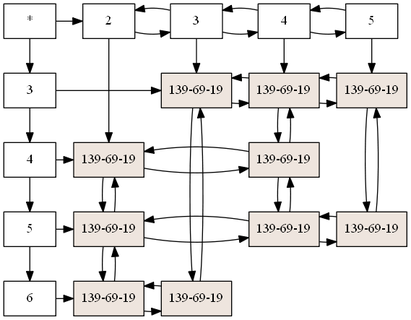
This is Proyecto1/Matriz.png from Eduardo01004/EDD_2S2019_PY1_201612124, a Graphviz export, as it was before one commit. Its source is kept beside it as Proyecto1/Matriz.dot.
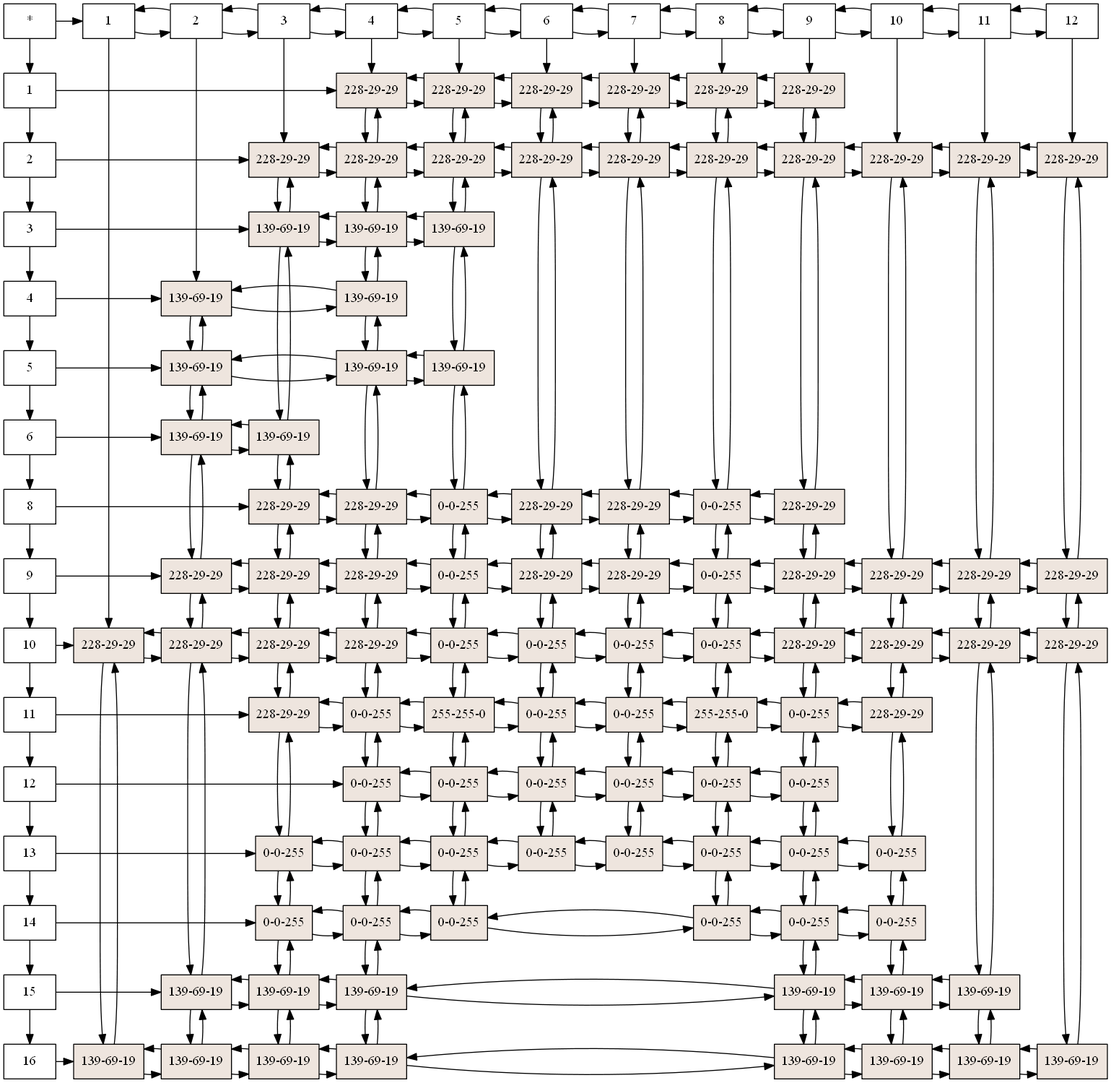
After the change.

What changed in the source:
```diff
@@ -1,70 +1,548 @@
 digraph G{
 node [shape = box]
 raiz[label="*"  group=1];
-8238728 [label="3" group = 1];
-8239208 [label="4" group = 1];
-8239624 [label="5" group = 1];
-8238760 [label="6" group = 1];
-8238728->8239208;
-8239208->8239624;
-8239624->8238760;
-8239464 [label="2" group = 4];
-8239656 [label="3" group = 5];
-8239016 [label="4" group = 6];
-8239528 [label="5" group = 7];
-8239464->8239656;
-8239656->8239464;
-8239656->8239016;
-8239016->8239656;
-8239016->8239528;
-8239528->8239016;
-raiz -> 8238728;
-raiz -> 8239464;
-{ rank  = same; raiz 8239464; 8239656; 8239016; 8239528; }
-8241472 [style=filled,fillcolor=seashell2,label= "139-69-19" group = 4 ];
-8240408 [style=filled,fillcolor=seashell2,label= "139-69-19" group = 4 ];
-8239904 [style=filled,fillcolor=seashell2,label= "139-69-19" group = 4 ];
-8240576 [style=filled,fillcolor=seashell2,label= "139-69-19" group = 5 ];
-8240464 [style=filled,fillcolor=seashell2,label= "139-69-19" group = 5 ];
-8240968 [style=filled,fillcolor=seashell2,label= "139-69-19" group = 6 ];
-8240744 [style=filled,fillcolor=seashell2,label= "139-69-19" group = 6 ];
-8240072 [style=filled,fillcolor=seashell2,label= "139-69-19" group = 6 ];
-8241248 [style=filled,fillcolor=seashell2,label= "139-69-19" group = 7 ];
-8239736 [style=filled,fillcolor=seashell2,label= "139-69-19" group = 7 ];
-8238728->8240576;
-8240576->8240968;
-8240968->8240576;
-8240968->8241248;
-8241248->8240968;
-{ rank = same; 8238728; 8240576; 8240968; 8241248; }
-8239208->8241472;
-8241472->8240744;
-8240744->8241472;
-{ rank = same; 8239208; 8241472; 8240744; }
-8239624->8240408;
-8240408->8240072;
-8240072->8240408;
-8240072->8239736;
-8239736->8240072;
-{ rank = same; 8239624; 8240408; 8240072; 8239736; }
-8238760->8239904;
-8239904->8240464;
-8240464->8239904;
-{ rank = same; 8238760; 8239904; 8240464; }
-8239464->8241472;
-8241472->8240408;
-8240408->8241472;
-8240408->8239904;
-8239904->8240408;
-8239656->8240576;
-8240576->8240464;
-8240464->8240576;
-8239016->8240968;
-8240968->8240744;
-8240744->8240968;
-8240744->8240072;
-8240072->8240744;
-8239528->8241248;
-8241248->8239736;
-8239736->8241248;
+16139784 [label="1" group = 1];
+16122168 [label="2" group = 1];
+16122648 [label="3" group = 1];
+16122680 [label="4" group = 1];
+16122616 [label="5" group = 1];
+16122424 [label="6" group = 1];
+16122840 [label="8" group = 1];
+16122264 [label="9" group = 1];
+16122360 [label="10" group = 1];
+16122872 [label="11" group = 1];
+16139592 [label="12" group = 1];
+16139688 [label="13" group = 1];
+16139848 [label="14" group = 1];
+16122136 [label="15" group = 1];
+16122104 [label="16" group = 1];
+16139784->16122168;
+16122168->16122648;
+16122648->16122680;
+16122680->16122616;
+16122616->16122424;
+16122424->16122840;
+16122840->16122264;
+16122264->16122360;
+16122360->16122872;
+16122872->16139592;
+16139592->16139688;
+16139688->16139848;
+16139848->16122136;
+16122136->16122104;
+16122744 [label="1" group = 3];
+16122584 [label="2" group = 4];
+16122776 [label="3" group = 5];
+16139880 [label="4" group = 6];
+16140200 [label="5" group = 7];
+16140136 [label="6" group = 8];
+16140040 [label="7" group = 9];
+16140008 [label="8" group = 10];
+16139976 [label="9" group = 11];
+16139944 [label="10" group = 12];
+16139912 [label="11" group = 13];
+16139816 [label="12" group = 14];
+16122744->16122584;
+16122584->16122744;
+16122584->16122776;
+16122776->16122584;
+16122776->16139880;
+16139880->16122776;
+16139880->16140200;
+16140200->16139880;
+16140200->16140136;
+16140136->16140200;
+16140136->16140040;
+16140040->16140136;
+16140040->16140008;
+16140008->16140040;
+16140008->16139976;
+16139976->16140008;
+16139976->16139944;
+16139944->16139976;
+16139944->16139912;
+16139912->16139944;
+16139912->16139816;
+16139816->16139912;
+raiz -> 16139784;
+raiz -> 16122744;
+{ rank  = same; raiz 16122744; 16122584; 16122776; 16139880; 16140200; 16140136; 16140040; 16140008; 16139976; 16139944; 16139912; 16139816; }
+16135312 [style=filled,fillcolor=seashell2,label= "228-29-29" group = 3 ];
+16134584 [style=filled,fillcolor=seashell2,label= "139-69-19" group = 3 ];
+16134304 [style=filled,fillcolor=seashell2,label= "139-69-19" group = 4 ];
+16134808 [style=filled,fillcolor=seashell2,label= "139-69-19" group = 4 ];
+16135816 [style=filled,fillcolor=seashell2,label= "139-69-19" group = 4 ];
+16135368 [style=filled,fillcolor=seashell2,label= "228-29-29" group = 4 ];
+16134976 [style=filled,fillcolor=seashell2,label= "228-29-29" group = 4 ];
+16134360 [style=filled,fillcolor=seashell2,label= "139-69-19" group = 4 ];
+16135480 [style=filled,fillcolor=seashell2,label= "139-69-19" group = 4 ];
+16135536 [style=filled,fillcolor=seashell2,label= "228-29-29" group = 5 ];
+16135704 [style=filled,fillcolor=seashell2,label= "139-69-19" group = 5 ];
+16136656 [style=filled,fillcolor=seashell2,label= "139-69-19" group = 5 ];
+16136264 [style=filled,fillcolor=seashell2,label= "228-29-29" group = 5 ];
+16136712 [style=filled,fillcolor=seashell2,label= "228-29-29" group = 5 ];
+16136320 [style=filled,fillcolor=seashell2,label= "228-29-29" group = 5 ];
+16137216 [style=filled,fillcolor=seashell2,label= "228-29-29" group = 5 ];
+16136768 [style=filled,fillcolor=seashell2,label= "0-0-255" group = 5 ];
+16137384 [style=filled,fillcolor=seashell2,label= "0-0-255" group = 5 ];
+16136488 [style=filled,fillcolor=seashell2,label= "139-69-19" group = 5 ];
+16136824 [style=filled,fillcolor=seashell2,label= "139-69-19" group = 5 ];
+16137272 [style=filled,fillcolor=seashell2,label= "228-29-29" group = 6 ];
+16137328 [style=filled,fillcolor=seashell2,label= "228-29-29" group = 6 ];
+16136880 [style=filled,fillcolor=seashell2,label= "139-69-19" group = 6 ];
+16137440 [style=filled,fillcolor=seashell2,label= "139-69-19" group = 6 ];
+16136152 [style=filled,fillcolor=seashell2,label= "139-69-19" group = 6 ];
+16136936 [style=filled,fillcolor=seashell2,label= "228-29-29" group = 6 ];
+16136208 [style=filled,fillcolor=seashell2,label= "228-29-29" group = 6 ];
+16137048 [style=filled,fillcolor=seashell2,label= "228-29-29" group = 6 ];
+16136992 [style=filled,fillcolor=seashell2,label= "0-0-255" group = 6 ];
+16137104 [style=filled,fillcolor=seashell2,label= "0-0-255" group = 6 ];
+16136376 [style=filled,fillcolor=seashell2,label= "0-0-255" group = 6 ];
+16137160 [style=filled,fillcolor=seashell2,label= "0-0-255" group = 6 ];
+16136544 [style=filled,fillcolor=seashell2,label= "139-69-19" group = 6 ];
+16137496 [style=filled,fillcolor=seashell2,label= "139-69-19" group = 6 ];
+16137608 [style=filled,fillcolor=seashell2,label= "228-29-29" group = 7 ];
+16137552 [style=filled,fillcolor=seashell2,label= "228-29-29" group = 7 ];
+16136432 [style=filled,fillcolor=seashell2,label= "139-69-19" group = 7 ];
+16137832 [style=filled,fillcolor=seashell2,label= "139-69-19" group = 7 ];
+16137664 [style=filled,fillcolor=seashell2,label= "0-0-255" group = 7 ];
+16137720 [style=filled,fillcolor=seashell2,label= "0-0-255" group = 7 ];
+16136600 [style=filled,fillcolor=seashell2,label= "0-0-255" group = 7 ];
+16137776 [style=filled,fillcolor=seashell2,label= "255-255-0" group = 7 ];
+16136096 [style=filled,fillcolor=seashell2,label= "0-0-255" group = 7 ];
+16138224 [style=filled,fillcolor=seashell2,label= "0-0-255" group = 7 ];
+16138280 [style=filled,fillcolor=seashell2,label= "0-0-255" group = 7 ];
+16137888 [style=filled,fillcolor=seashell2,label= "228-29-29" group = 8 ];
+16137944 [style=filled,fillcolor=seashell2,label= "228-29-29" group = 8 ];
+16138000 [style=filled,fillcolor=seashell2,label= "228-29-29" group = 8 ];
+16138056 [style=filled,fillcolor=seashell2,label= "228-29-29" group = 8 ];
+16138112 [style=filled,fillcolor=seashell2,label= "0-0-255" group = 8 ];
+16138168 [style=filled,fillcolor=seashell2,label= "0-0-255" group = 8 ];
+16141640 [style=filled,fillcolor=seashell2,label= "0-0-255" group = 8 ];
+16140688 [style=filled,fillcolor=seashell2,label= "0-0-255" group = 8 ];
+16141584 [style=filled,fillcolor=seashell2,label= "228-29-29" group = 9 ];
+16141360 [style=filled,fillcolor=seashell2,label= "228-29-29" group = 9 ];
+16141696 [style=filled,fillcolor=seashell2,label= "228-29-29" group = 9 ];
+16141416 [style=filled,fillcolor=seashell2,label= "228-29-29" group = 9 ];
+16140576 [style=filled,fillcolor=seashell2,label= "0-0-255" group = 9 ];
+16140464 [style=filled,fillcolor=seashell2,label= "0-0-255" group = 9 ];
+16140912 [style=filled,fillcolor=seashell2,label= "0-0-255" group = 9 ];
+16141752 [style=filled,fillcolor=seashell2,label= "0-0-255" group = 9 ];
+16141864 [style=filled,fillcolor=seashell2,label= "228-29-29" group = 10 ];
+16140744 [style=filled,fillcolor=seashell2,label= "228-29-29" group = 10 ];
+16140800 [style=filled,fillcolor=seashell2,label= "0-0-255" group = 10 ];
+16141472 [style=filled,fillcolor=seashell2,label= "0-0-255" group = 10 ];
+16141808 [style=filled,fillcolor=seashell2,label= "0-0-255" group = 10 ];
+16141920 [style=filled,fillcolor=seashell2,label= "255-255-0" group = 10 ];
+16141304 [style=filled,fillcolor=seashell2,label= "0-0-255" group = 10 ];
+16140632 [style=filled,fillcolor=seashell2,label= "0-0-255" group = 10 ];
+16140856 [style=filled,fillcolor=seashell2,label= "0-0-255" group = 10 ];
+16141528 [style=filled,fillcolor=seashell2,label= "228-29-29" group = 11 ];
+16141976 [style=filled,fillcolor=seashell2,label= "228-29-29" group = 11 ];
+16141024 [style=filled,fillcolor=seashell2,label= "228-29-29" group = 11 ];
+16141192 [style=filled,fillcolor=seashell2,label= "228-29-29" group = 11 ];
+16142032 [style=filled,fillcolor=seashell2,label= "228-29-29" group = 11 ];
+16142088 [style=filled,fillcolor=seashell2,label= "0-0-255" group = 11 ];
+16142144 [style=filled,fillcolor=seashell2,label= "0-0-255" group = 11 ];
+16140968 [style=filled,fillcolor=seashell2,label= "0-0-255" group = 11 ];
+16142200 [style=filled,fillcolor=seashell2,label= "0-0-255" group = 11 ];
+16140520 [style=filled,fillcolor=seashell2,label= "139-69-19" group = 11 ];
+16141080 [style=filled,fillcolor=seashell2,label= "139-69-19" group = 11 ];
+16141136 [style=filled,fillcolor=seashell2,label= "228-29-29" group = 12 ];
+16141248 [style=filled,fillcolor=seashell2,label= "228-29-29" group = 12 ];
+16143712 [style=filled,fillcolor=seashell2,label= "228-29-29" group = 12 ];
+16143824 [style=filled,fillcolor=seashell2,label= "228-29-29" group = 12 ];
+16142368 [style=filled,fillcolor=seashell2,label= "0-0-255" group = 12 ];
+16143936 [style=filled,fillcolor=seashell2,label= "0-0-255" group = 12 ];
+16143208 [style=filled,fillcolor=seashell2,label= "139-69-19" group = 12 ];
+16142984 [style=filled,fillcolor=seashell2,label= "139-69-19" group = 12 ];
+16143264 [style=filled,fillcolor=seashell2,label= "228-29-29" group = 13 ];
+16142592 [style=filled,fillcolor=seashell2,label= "228-29-29" group = 13 ];
+16143600 [style=filled,fillcolor=seashell2,label= "228-29-29" group = 13 ];
+16143432 [style=filled,fillcolor=seashell2,label= "139-69-19" group = 13 ];
+16142872 [style=filled,fillcolor=seashell2,label= "139-69-19" group = 13 ];
+16142424 [style=filled,fillcolor=seashell2,label= "228-29-29" group = 14 ];
+16142536 [style=filled,fillcolor=seashell2,label= "228-29-29" group = 14 ];
+16143320 [style=filled,fillcolor=seashell2,label= "228-29-29" group = 14 ];
+16143488 [style=filled,fillcolor=seashell2,label= "139-69-19" group = 14 ];
+16139784->16137272;
+16137272->16137608;
+16137608->16137272;
+16137608->16137888;
+16137888->16137608;
+16137888->16141584;
+16141584->16137888;
+16141584->16141864;
+16141864->16141584;
+16141864->16141528;
+16141528->16141864;
+{ rank = same; 16139784; 16137272; 16137608; 16137888; 16141584; 16141864; 16141528; }
+16122168->16135536;
+16135536->16137328;
+16137328->16135536;
+16137328->16137552;
+16137552->16137328;
+16137552->16137944;
+16137944->16137552;
+16137944->16141360;
+16141360->16137944;
+16141360->16140744;
+16140744->16141360;
+16140744->16141976;
+16141976->16140744;
+16141976->16141136;
+16141136->16141976;
+16141136->16143264;
+16143264->16141136;
+16143264->16142424;
+16142424->16143264;
+{ rank = same; 16122168; 16135536; 16137328; 16137552; 16137944; 16141360; 16140744; 16141976; 16141136; 16143264; 16142424; }
+16122648->16135704;
+16135704->16136880;
+16136880->16135704;
+16136880->16136432;
+16136432->16136880;
+{ rank = same; 16122648; 16135704; 16136880; 16136432; }
+16122680->16134304;
+16134304->16137440;
+16137440->16134304;
+{ rank = same; 16122680; 16134304; 16137440; }
+16122616->16134808;
+16134808->16136152;
+16136152->16134808;
+16136152->16137832;
+16137832->16136152;
+{ rank = same; 16122616; 16134808; 16136152; 16137832; }
+16122424->16135816;
+16135816->16136656;
+16136656->16135816;
+{ rank = same; 16122424; 16135816; 16136656; }
+16122840->16136264;
+16136264->16136936;
+16136936->16136264;
+16136936->16137664;
+16137664->16136936;
+16137664->16138000;
+16138000->16137664;
+16138000->16141696;
+16141696->16138000;
+16141696->16140800;
+16140800->16141696;
+16140800->16141024;
+16141024->16140800;
+{ rank = same; 16122840; 16136264; 16136936; 16137664; 16138000; 16141696; 16140800; 16141024; }
+16122264->16135368;
+16135368->16136712;
+16136712->16135368;
+16136712->16136208;
+16136208->16136712;
+16136208->16137720;
+16137720->16136208;
+16137720->16138056;
+16138056->16137720;
+16138056->16141416;
+16141416->16138056;
+16141416->16141472;
+16141472->16141416;
+16141472->16141192;
+16141192->16141472;
+16141192->16141248;
+16141248->16141192;
+16141248->16142592;
+16142592->16141248;
+16142592->16142536;
+16142536->16142592;
+{ rank = same; 16122264; 16135368; 16136712; 16136208; 16137720; 16138056; 16141416; 16141472; 16141192; 16141248; 16142592; 16142536; }
+16122360->16135312;
+16135312->16134976;
+16134976->16135312;
+16134976->16136320;
+16136320->16134976;
+16136320->16137048;
+16137048->16136320;
+16137048->16136600;
+16136600->16137048;
+16136600->16138112;
+16138112->16136600;
+16138112->16140576;
+16140576->16138112;
+16140576->16141808;
+16141808->16140576;
+16141808->16142032;
+16142032->16141808;
+16142032->16143712;
+16143712->16142032;
+16143712->16143600;
+16143600->16143712;
+16143600->16143320;
+16143320->16143600;
+{ rank = same; 16122360; 16135312; 16134976; 16136320; 16137048; 16136600; 16138112; 16140576; 16141808; 16142032; 16143712; 16143600; 16143320; }
+16122872->16137216;
+16137216->16136992;
+16136992->16137216;
+16136992->16137776;
+16137776->16136992;
+16137776->16138168;
+16138168->16137776;
+16138168->16140464;
+16140464->16138168;
+16140464->16141920;
+16141920->16140464;
+16141920->16142088;
+16142088->16141920;
+16142088->16143824;
+16143824->16142088;
+{ rank = same; 16122872; 16137216; 16136992; 16137776; 16138168; 16140464; 16141920; 16142088; 16143824; }
+16139592->16137104;
+16137104->16136096;
+16136096->16137104;
+16136096->16141640;
+16141640->16136096;
+16141640->16140912;
+16140912->16141640;
+16140912->16141304;
+16141304->16140912;
+16141304->16142144;
+16142144->16141304;
+{ rank = same; 16139592; 16137104; 16136096; 16141640; 16140912; 16141304; 16142144; }
+16139688->16136768;
+16136768->16136376;
+16136376->16136768;
+16136376->16138224;
+16138224->16136376;
+16138224->16140688;
+16140688->16138224;
+16140688->16141752;
+16141752->16140688;
+16141752->16140632;
+16140632->16141752;
+16140632->16140968;
+16140968->16140632;
+16140968->16142368;
+16142368->16140968;
+{ rank = same; 16139688; 16136768; 16136376; 16138224; 16140688; 16141752; 16140632; 16140968; 16142368; }
+16139848->16137384;
+16137384->16137160;
+16137160->16137384;
+16137160->16138280;
+16138280->16137160;
+16138280->16140856;
+16140856->16138280;
+16140856->16142200;
+16142200->16140856;
+16142200->16143936;
+16143936->16142200;
+{ rank = same; 16139848; 16137384; 16137160; 16138280; 16140856; 16142200; 16143936; }
+16122136->16134360;
+16134360->16136488;
+16136488->16134360;
+16136488->16136544;
+16136544->16136488;
+16136544->16140520;
+16140520->16136544;
+16140520->16143208;
+16143208->16140520;
+16143208->16143432;
+16143432->16143208;
+{ rank = same; 16122136; 16134360; 16136488; 16136544; 16140520; 16143208; 16143432; }
+16122104->16134584;
+16134584->16135480;
+16135480->16134584;
+16135480->16136824;
+16136824->16135480;
+16136824->16137496;
+16137496->16136824;
+16137496->16141080;
+16141080->16137496;
+16141080->16142984;
+16142984->16141080;
+16142984->16142872;
+16142872->16142984;
+16142872->16143488;
+16143488->16142872;
+{ rank = same; 16122104; 16134584; 16135480; 16136824; 16137496; 16141080; 16142984; 16142872; 16143488; }
+16122744->16135312;
+16135312->16134584;
+16134584->16135312;
+16122584->16134304;
+16134304->16134808;
+16134808->16134304;
+16134808->16135816;
+16135816->16134808;
+16135816->16135368;
+16135368->16135816;
+16135368->16134976;
+16134976->16135368;
+16134976->16134360;
+16134360->16134976;
+16134360->16135480;
+16135480->16134360;
+16122776->16135536;
+16135536->16135704;
+16135704->16135536;
+16135704->16136656;
+16136656->16135704;
+16136656->16136264;
+16136264->16136656;
+16136264->16136712;
+16136712->16136264;
+16136712->16136320;
+16136320->16136712;
+16136320->16137216;
+16137216->16136320;
+16137216->16136768;
+16136768->16137216;
+16136768->16137384;
+16137384->16136768;
+16137384->16136488;
+16136488->16137384;
+16136488->16136824;
+16136824->16136488;
+16139880->16137272;
+16137272->16137328;
+16137328->16137272;
+16137328->16136880;
+16136880->16137328;
+16136880->16137440;
+16137440->16136880;
+16137440->16136152;
+16136152->16137440;
+16136152->16136936;
+16136936->16136152;
+16136936->16136208;
+16136208->16136936;
+16136208->16137048;
+16137048->16136208;
+16137048->16136992;
+16136992->16137048;
+16136992->16137104;
+16137104->16136992;
+16137104->16136376;
+16136376->16137104;
+16136376->16137160;
+16137160->16136376;
+16137160->16136544;
+16136544->16137160;
+16136544->16137496;
+16137496->16136544;
+16140200->16137608;
+16137608->16137552;
+16137552->16137608;
+16137552->16136432;
+16136432->16137552;
+16136432->16137832;
+16137832->16136432;
+16137832->16137664;
+16137664->16137832;
+16137664->16137720;
+16137720->16137664;
+16137720->16136600;
+16136600->16137720;
+16136600->16137776;
+16137776->16136600;
+16137776->16136096;
+16136096->16137776;
+16136096->16138224;
+16138224->16136096;
+16138224->16138280;
+16138280->16138224;
+16140136->16137888;
+16137888->16137944;
+16137944->16137888;
+16137944->16138000;
+16138000->16137944;
+16138000->16138056;
+16138056->16138000;
+16138056->16138112;
+16138112->16138056;
+16138112->16138168;
+16138168->16138112;
+16138168->16141640;
+16141640->16138168;
+16141640->16140688;
+16140688->16141640;
+16140040->16141584;
+16141584->16141360;
+16141360->16141584;
+16141360->16141696;
+16141696->16141360;
+16141696->16141416;
+16141416->16141696;
+16141416->16140576;
+16140576->16141416;
+16140576->16140464;
+16140464->16140576;
+16140464->16140912;
+16140912->16140464;
+16140912->16141752;
+16141752->16140912;
+16140008->16141864;
+16141864->16140744;
+16140744->16141864;
+16140744->16140800;
+16140800->16140744;
+16140800->16141472;
+16141472->16140800;
+16141472->16141808;
+16141808->16141472;
+16141808->16141920;
+16141920->16141808;
+16141920->16141304;
+16141304->16141920;
+16141304->16140632;
+16140632->16141304;
+16140632->16140856;
+16140856->16140632;
+16139976->16141528;
+16141528->16141976;
+16141976->16141528;
+16141976->16141024;
+16141024->16141976;
+16141024->16141192;
+16141192->16141024;
+16141192->16142032;
+16142032->16141192;
+16142032->16142088;
+16142088->16142032;
+16142088->16142144;
+16142144->16142088;
+16142144->16140968;
+16140968->16142144;
+16140968->16142200;
+16142200->16140968;
+16142200->16140520;
+16140520->16142200;
+16140520->16141080;
+16141080->16140520;
+16139944->16141136;
+16141136->16141248;
+16141248->16141136;
+16141248->16143712;
+16143712->16141248;
+16143712->16143824;
+16143824->16143712;
+16143824->16142368;
+16142368->16143824;
+16142368->16143936;
+16143936->16142368;
+16143936->16143208;
+16143208->16143936;
+16143208->16142984;
+16142984->16143208;
+16139912->16143264;
+16143264->16142592;
+16142592->16143264;
+16142592->16143600;
+16143600->16142592;
+16143600->16143432;
+16143432->16143600;
+16143432->16142872;
+16142872->16143432;
+16139816->16142424;
+16142424->16142536;
+16142536->16142424;
+16142536->16143320;
+16143320->16142536;
+16143320->16143488;
+16143488->16143320;
 }
```
